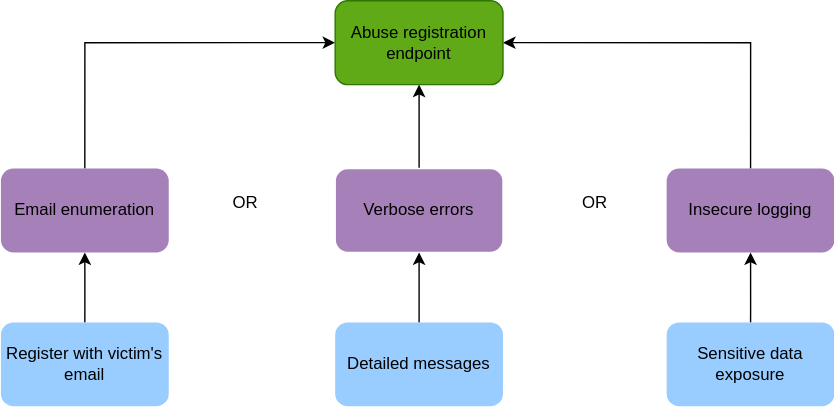
This is docs/attack-trees/diogo1221223/images/Register_Unauthenticated_User-v2.drawio.svg from mei-desofs/desofs2026-thu_crr_1, a draw.io export, as it was before one commit. Source tidied: cells renumbered, new cells last; positions are measured from the earlier drawing's top-left corner, leaving out a move shared by most shapes. Source of this version:
```xml
<mxGraphModel>
  <root>
    <mxCell id="0" />
    <mxCell id="1" parent="0" />
    <mxCell id="2" style="edgeStyle=orthogonalEdgeStyle;rounded=0;jettySize=auto;html=1;exitX=0.5;exitY=0;exitDx=0;exitDy=0;entryX=0;entryY=0.5;entryDx=0;entryDy=0;fontColor=light-dark(#000000,#000000);" parent="1" edge="1" source="7" target="6">
      <mxGeometry relative="1" as="geometry">
        <Array as="points">
          <mxPoint x="60" y="30" />
        </Array>
      </mxGeometry>
    </mxCell>
    <mxCell id="3" style="edgeStyle=orthogonalEdgeStyle;rounded=0;jettySize=auto;html=1;exitX=0.5;exitY=0;exitDx=0;exitDy=0;entryX=0.5;entryY=1;entryDx=0;entryDy=0;fontColor=light-dark(#000000,#000000);" parent="1" edge="1" source="8" target="6">
      <mxGeometry relative="1" as="geometry" />
    </mxCell>
    <mxCell id="4" style="edgeStyle=orthogonalEdgeStyle;rounded=0;jettySize=auto;html=1;exitX=0.5;exitY=0;exitDx=0;exitDy=0;entryX=1;entryY=0.5;entryDx=0;entryDy=0;fontColor=light-dark(#000000,#000000);" parent="1" edge="1" source="9" target="6">
      <mxGeometry relative="1" as="geometry" />
    </mxCell>
    <mxCell id="5" style="edgeStyle=orthogonalEdgeStyle;rounded=0;jettySize=auto;html=1;exitX=0.5;exitY=0;exitDx=0;exitDy=0;fontColor=light-dark(#000000,#000000);" parent="1" edge="1" source="10">
      <mxGeometry relative="1" as="geometry">
        <mxPoint x="60" y="180" as="targetPoint" />
        <Array as="points">
          <mxPoint x="60" y="220" />
          <mxPoint x="60" y="220" />
        </Array>
      </mxGeometry>
    </mxCell>
    <mxCell id="6" value="Abuse registration endpoint" style="rounded=1;whiteSpace=wrap;html=1;fillColor=#60a917;strokeColor=#2D7600;fontColor=light-dark(#000000,#000000);" parent="1" vertex="1">
      <mxGeometry x="239" width="120" height="60" as="geometry" />
    </mxCell>
    <mxCell id="7" value="Email enumeration" style="rounded=1;whiteSpace=wrap;html=1;fillColor=#A680B8;strokeColor=none;fontColor=light-dark(#000000,#000000);" parent="1" vertex="1">
      <mxGeometry y="120" width="120" height="60" as="geometry" />
    </mxCell>
    <mxCell id="8" value="Verbose errors" style="rounded=1;whiteSpace=wrap;html=1;fillColor=#A680B8;strokeColor=#FFFFFF;fontColor=light-dark(#000000,#000000);" parent="1" vertex="1">
      <mxGeometry x="239" y="120" width="120" height="60" as="geometry" />
    </mxCell>
    <mxCell id="9" value="Insecure logging" style="rounded=1;whiteSpace=wrap;html=1;fillColor=#A680B8;strokeColor=none;fontColor=light-dark(#000000,#000000);" parent="1" vertex="1">
      <mxGeometry x="476" y="120" width="120" height="60" as="geometry" />
    </mxCell>
    <mxCell id="10" value="&lt;div style=&quot;&quot;&gt;Register with victim's email&lt;/div&gt;" style="rounded=1;whiteSpace=wrap;html=1;fillColor=#99CCFF;align=center;strokeColor=none;fontColor=light-dark(#000000,#000000);" parent="1" vertex="1">
      <mxGeometry y="230" width="120" height="60" as="geometry" />
    </mxCell>
    <mxCell id="11" value="OR" style="text;html=1;whiteSpace=wrap;strokeColor=none;fillColor=none;align=center;verticalAlign=middle;rounded=0;fontColor=light-dark(#000000,#FFFFFF);" parent="1" vertex="1">
      <mxGeometry x="145" y="130" width="60" height="30" as="geometry" />
    </mxCell>
    <mxCell id="12" value="OR" style="text;html=1;whiteSpace=wrap;strokeColor=none;fillColor=none;align=center;verticalAlign=middle;rounded=0;fontColor=light-dark(#000000,#FFFFFF);" parent="1" vertex="1">
      <mxGeometry x="395" y="130" width="60" height="30" as="geometry" />
    </mxCell>
    <mxCell id="13" style="edgeStyle=orthogonalEdgeStyle;rounded=0;jettySize=auto;html=1;exitX=0.5;exitY=0;exitDx=0;exitDy=0;fontColor=light-dark(#000000,#000000);" parent="1" edge="1" source="14">
      <mxGeometry relative="1" as="geometry">
        <mxPoint x="299" y="180" as="targetPoint" />
        <Array as="points">
          <mxPoint x="299" y="220" />
          <mxPoint x="299" y="220" />
        </Array>
      </mxGeometry>
    </mxCell>
    <mxCell id="14" value="Detailed messages" style="rounded=1;whiteSpace=wrap;html=1;fillColor=#99CCFF;align=center;strokeColor=none;fontColor=light-dark(#000000,#000000);" parent="1" vertex="1">
      <mxGeometry x="239" y="230" width="120" height="60" as="geometry" />
    </mxCell>
    <mxCell id="15" style="edgeStyle=orthogonalEdgeStyle;rounded=0;jettySize=auto;html=1;exitX=0.5;exitY=0;exitDx=0;exitDy=0;fontColor=light-dark(#000000,#000000);" parent="1" edge="1" source="16">
      <mxGeometry relative="1" as="geometry">
        <mxPoint x="536" y="180" as="targetPoint" />
        <Array as="points">
          <mxPoint x="536" y="220" />
          <mxPoint x="536" y="220" />
        </Array>
      </mxGeometry>
    </mxCell>
    <mxCell id="16" value="Sensitive data exposure" style="rounded=1;whiteSpace=wrap;html=1;fillColor=#99CCFF;align=center;strokeColor=none;fontColor=light-dark(#000000,#000000);" parent="1" vertex="1">
      <mxGeometry x="476" y="230" width="120" height="60" as="geometry" />
    </mxCell>
  </root>
</mxGraphModel>
```
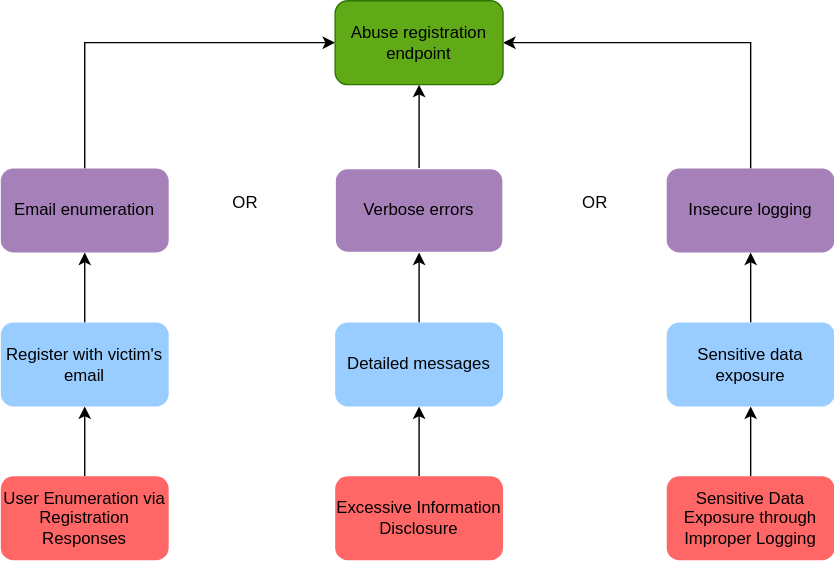
After the commit.

Change to the diagram source:
```diff
@@ -69,5 +69,23 @@
     <mxCell id="16" value="Sensitive data exposure" style="rounded=1;whiteSpace=wrap;html=1;fillColor=#99CCFF;align=center;strokeColor=none;fontColor=light-dark(#000000,#000000);" parent="1" vertex="1">
       <mxGeometry x="476" y="230" width="120" height="60" as="geometry" />
     </mxCell>
+    <mxCell id="17" style="edgeStyle=orthogonalEdgeStyle;rounded=0;jettySize=auto;html=1;" parent="1" edge="1" source="18" target="10">
+      <mxGeometry relative="1" as="geometry" />
+    </mxCell>
+    <mxCell id="18" value="User Enumeration via Registration Responses" style="rounded=1;whiteSpace=wrap;html=1;fillColor=#FF6666;strokeColor=none;fontColor=light-dark(#000000,#000000);" parent="1" vertex="1">
+      <mxGeometry y="340" width="120" height="60" as="geometry" />
+    </mxCell>
+    <mxCell id="19" style="edgeStyle=orthogonalEdgeStyle;rounded=0;jettySize=auto;html=1;" parent="1" edge="1" source="20" target="14">
+      <mxGeometry relative="1" as="geometry" />
+    </mxCell>
+    <mxCell id="20" value="Excessive Information Disclosure" style="rounded=1;whiteSpace=wrap;html=1;fillColor=#FF6666;strokeColor=none;fontColor=light-dark(#000000,#000000);" parent="1" vertex="1">
+      <mxGeometry x="239" y="340" width="120" height="60" as="geometry" />
+    </mxCell>
+    <mxCell id="21" style="edgeStyle=orthogonalEdgeStyle;rounded=0;jettySize=auto;html=1;" parent="1" edge="1" source="22" target="16">
+      <mxGeometry relative="1" as="geometry" />
+    </mxCell>
+    <mxCell id="22" value="Sensitive Data Exposure through Improper Logging" style="rounded=1;whiteSpace=wrap;html=1;fillColor=#FF6666;strokeColor=none;fontColor=light-dark(#000000,#000000);" parent="1" vertex="1">
+      <mxGeometry x="476" y="340" width="120" height="60" as="geometry" />
+    </mxCell>
   </root>
 </mxGraphModel>
```
